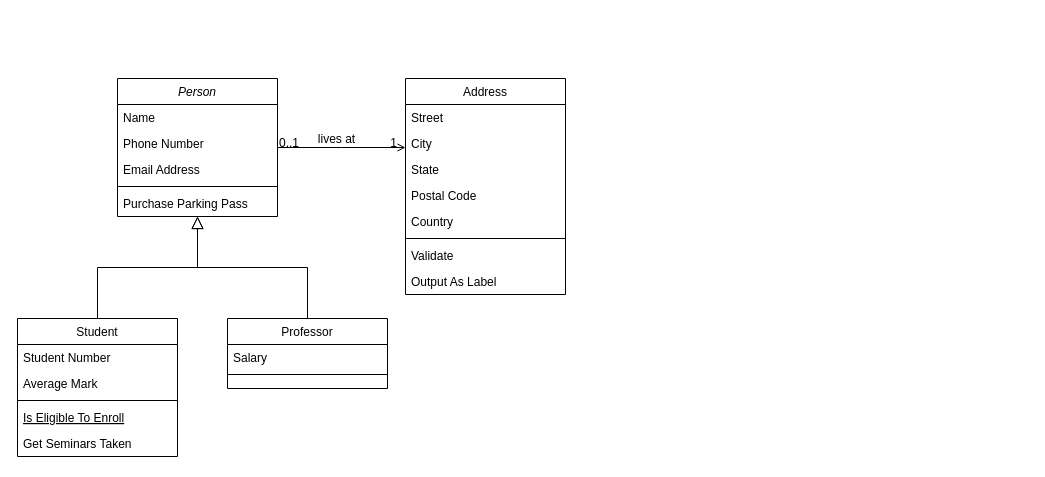
Above: service_package/Untitled Diagram.drawio in ly931003/diagrams (draw.io), before the change. Source tidied: cells renumbered, new cells numbered last; positions are measured from the earlier drawing's top-left corner, leaving out a move shared by most shapes. Both pictures are drawn from the tidied source at 100%, with x=0, y=0 at pixel (17, 78).
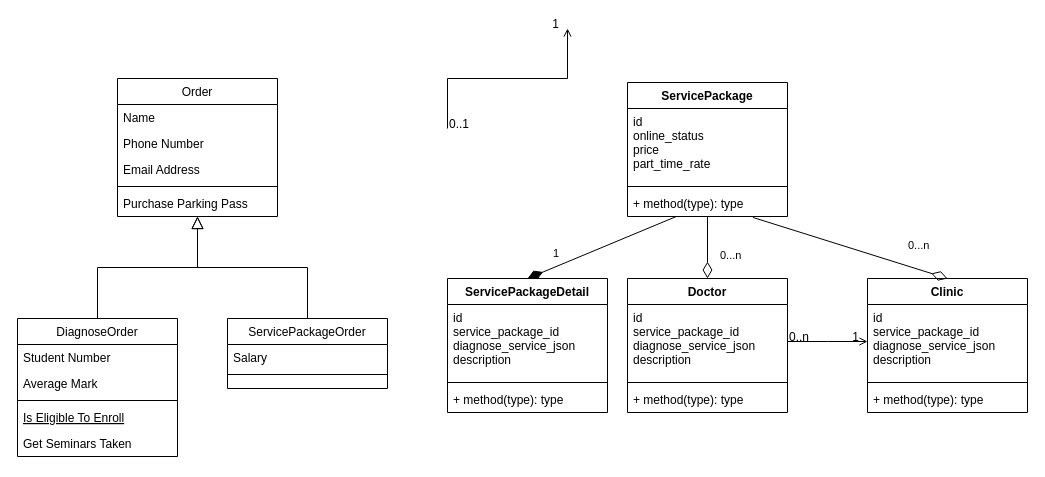
The same diagram, later.

Change to the diagram source:
```diff
@@
-    <mxCell id="2" value="Person" style="swimlane;fontStyle=2;align=center;verticalAlign=top;horizontal=1;startSize=26;rounded=0;shadow=0;strokeWidth=1;" parent="1" vertex="1">
+    <mxCell id="2" value="Order" style="swimlane;fontStyle=0;align=center;verticalAlign=top;horizontal=1;startSize=26;rounded=0;shadow=0;strokeWidth=1;" parent="1" vertex="1">
       <mxGeometry x="100" width="160" height="138" as="geometry" />
     </mxCell>
@@
-    <mxCell id="8" value="Student" style="swimlane;fontStyle=0;align=center;verticalAlign=top;horizontal=1;startSize=26;rounded=0;shadow=0;strokeWidth=1;" parent="1" vertex="1">
+    <mxCell id="8" value="DiagnoseOrder" style="swimlane;fontStyle=0;align=center;verticalAlign=top;horizontal=1;startSize=26;rounded=0;shadow=0;strokeWidth=1;" parent="1" vertex="1">
       <mxGeometry y="240" width="160" height="138" as="geometry" />
     </mxCell>
@@
-    <mxCell id="15" value="Professor" style="swimlane;fontStyle=0;align=center;verticalAlign=top;horizontal=1;startSize=26;rounded=0;shadow=0;strokeWidth=1;" parent="1" vertex="1">
+    <mxCell id="15" value="ServicePackageOrder" style="swimlane;fontStyle=0;align=center;verticalAlign=top;horizontal=1;startSize=26;rounded=0;shadow=0;strokeWidth=1;" parent="1" vertex="1">
       <mxGeometry x="210" y="240" width="160" height="70" as="geometry" />
     </mxCell>
@@
-    <mxCell id="19" value="Address" style="swimlane;fontStyle=0;align=center;verticalAlign=top;horizontal=1;startSize=26;rounded=0;shadow=0;strokeWidth=1;" parent="1" vertex="1">
-      <mxGeometry x="388" width="160" height="216" as="geometry" />
-    </mxCell>
-    <mxCell id="20" value="Street" style="text;align=left;verticalAlign=top;spacingLeft=4;spacingRight=4;overflow=hidden;" parent="19" vertex="1">
-      <mxGeometry y="26" width="160" height="26" as="geometry" />
-    </mxCell>
-    <mxCell id="21" value="City" style="text;align=left;verticalAlign=top;spacingLeft=4;spacingRight=4;overflow=hidden;rounded=0;shadow=0;html=0;" parent="19" vertex="1">
-      <mxGeometry y="52" width="160" height="26" as="geometry" />
-    </mxCell>
-    <mxCell id="22" value="State" style="text;align=left;verticalAlign=top;spacingLeft=4;spacingRight=4;overflow=hidden;rounded=0;shadow=0;html=0;" parent="19" vertex="1">
-      <mxGeometry y="78" width="160" height="26" as="geometry" />
-    </mxCell>
-    <mxCell id="23" value="Postal Code" style="text;align=left;verticalAlign=top;spacingLeft=4;spacingRight=4;overflow=hidden;rounded=0;shadow=0;html=0;" parent="19" vertex="1">
-      <mxGeometry y="104" width="160" height="26" as="geometry" />
-    </mxCell>
-    <mxCell id="24" value="Country" style="text;align=left;verticalAlign=top;spacingLeft=4;spacingRight=4;overflow=hidden;rounded=0;shadow=0;html=0;" parent="19" vertex="1">
-      <mxGeometry y="130" width="160" height="26" as="geometry" />
-    </mxCell>
-    <mxCell id="25" style="line;html=1;strokeWidth=1;align=left;verticalAlign=middle;spacingTop=-1;spacingLeft=3;spacingRight=3;labelPosition=right;" parent="19" vertex="1">
-      <mxGeometry y="156" width="160" height="8" as="geometry" />
-    </mxCell>
-    <mxCell id="26" value="Validate" style="text;align=left;verticalAlign=top;spacingLeft=4;spacingRight=4;overflow=hidden;" parent="19" vertex="1">
-      <mxGeometry y="164" width="160" height="26" as="geometry" />
-    </mxCell>
-    <mxCell id="27" value="Output As Label" style="text;align=left;verticalAlign=top;spacingLeft=4;spacingRight=4;overflow=hidden;" parent="19" vertex="1">
-      <mxGeometry y="190" width="160" height="26" as="geometry" />
-    </mxCell>
-    <mxCell id="28" style="endArrow=open;shadow=0;strokeWidth=1;rounded=0;endFill=1;edgeStyle=elbowEdgeStyle;elbow=vertical;" parent="1" edge="1" source="2" target="19">
-      <mxGeometry x="0.5" y="41" relative="1" as="geometry">
-        <mxPoint x="-40" y="32" as="offset" />
-      </mxGeometry>
-    </mxCell>
+    <mxCell id="32" style="endArrow=open;shadow=0;strokeWidth=1;rounded=0;endFill=1;edgeStyle=elbowEdgeStyle;elbow=vertical;" parent="1" edge="1">
+      <mxGeometry x="0.5" y="41" relative="1" as="geometry">
+        <mxPoint x="430" y="50" as="sourcePoint" />
+        <mxPoint x="550" y="-50" as="targetPoint" />
+        <mxPoint x="-40" y="32" as="offset" />
+      </mxGeometry>
+    </mxCell>
-    <mxCell id="29" value="0..1" style="align=left;verticalAlign=bottom;labelBackgroundColor=none;fontSize=12;" parent="28" vertex="1">
+    <mxCell id="29" value="0..1" style="align=left;verticalAlign=bottom;labelBackgroundColor=none;fontSize=12;" parent="32" vertex="1">
       <mxGeometry x="-1" relative="1" as="geometry">
         <mxPoint y="4" as="offset" />
       </mxGeometry>
     </mxCell>
-    <mxCell id="30" value="1" style="align=right;verticalAlign=bottom;labelBackgroundColor=none;fontSize=12;" parent="28" vertex="1">
-      <mxGeometry x="1" relative="1" as="geometry">
-        <mxPoint x="-7" y="4" as="offset" />
-      </mxGeometry>
-    </mxCell>
-    <mxCell id="31" value="lives at" style="text;html=1;align=center;verticalAlign=middle;labelBackgroundColor=none;rounded=0;shadow=0;strokeWidth=1;fontSize=12;" parent="28" vertex="1">
-      <mxGeometry x="0.5" y="49" relative="1" as="geometry">
-        <mxPoint x="-38" y="40" as="offset" />
-      </mxGeometry>
-    </mxCell>
+    <mxCell id="33" value="1" style="align=right;verticalAlign=bottom;labelBackgroundColor=none;fontSize=12;" parent="32" vertex="1">
+      <mxGeometry x="1" relative="1" as="geometry">
+        <mxPoint x="-7" y="4" as="offset" />
+      </mxGeometry>
+    </mxCell>
+    <mxCell id="34" value="&amp;nbsp;" style="text;html=1;align=center;verticalAlign=middle;labelBackgroundColor=none;rounded=0;shadow=0;strokeWidth=1;fontSize=12;" parent="32" vertex="1">
+      <mxGeometry x="0.5" y="49" relative="1" as="geometry">
+        <mxPoint x="-38" y="40" as="offset" />
+      </mxGeometry>
+    </mxCell>
+    <mxCell id="35" value="ServicePackage" style="swimlane;fontStyle=1;align=center;verticalAlign=top;horizontal=1;startSize=26;" parent="1" vertex="1">
+      <mxGeometry x="610" y="4" width="160" height="134" as="geometry" />
+    </mxCell>
+    <mxCell id="36" value="id&#10;online_status&#10;price&#10;part_time_rate" style="text;strokeColor=none;fillColor=none;align=left;verticalAlign=top;spacingLeft=4;spacingRight=4;overflow=hidden;" parent="35" vertex="1">
+      <mxGeometry y="26" width="160" height="74" as="geometry" />
+    </mxCell>
+    <mxCell id="37" style="line;strokeWidth=1;fillColor=none;align=left;verticalAlign=middle;spacingTop=-1;spacingLeft=3;spacingRight=3;labelPosition=right;" parent="35" vertex="1">
+      <mxGeometry y="100" width="160" height="8" as="geometry" />
+    </mxCell>
+    <mxCell id="38" value="+ method(type): type" style="text;strokeColor=none;fillColor=none;align=left;verticalAlign=top;spacingLeft=4;spacingRight=4;overflow=hidden;points=[[0,0.5],[1,0.5]];portConstraint=eastwest;" parent="35" vertex="1">
+      <mxGeometry y="108" width="160" height="26" as="geometry" />
+    </mxCell>
+    <mxCell id="39" value="1" style="endArrow=none;html=1;endSize=12;startArrow=diamondThin;startSize=14;startFill=1;align=left;verticalAlign=bottom;rounded=0;endFill=0;exitX=0.5;exitY=0;exitDx=0;exitDy=0;" parent="1" edge="1" source="40" target="38">
+      <mxGeometry x="-0.65" y="6" relative="1" as="geometry" />
+    </mxCell>
+    <mxCell id="40" value="ServicePackageDetail" style="swimlane;fontStyle=1;align=center;verticalAlign=top;horizontal=1;startSize=26;" parent="1" vertex="1">
+      <mxGeometry x="430" y="200" width="160" height="134" as="geometry" />
+    </mxCell>
+    <mxCell id="41" value="id&#10;service_package_id&#10;diagnose_service_json&#10;description" style="text;strokeColor=none;fillColor=none;align=left;verticalAlign=top;spacingLeft=4;spacingRight=4;overflow=hidden;" parent="40" vertex="1">
+      <mxGeometry y="26" width="160" height="74" as="geometry" />
+    </mxCell>
+    <mxCell id="42" style="line;strokeWidth=1;fillColor=none;align=left;verticalAlign=middle;spacingTop=-1;spacingLeft=3;spacingRight=3;labelPosition=right;" parent="40" vertex="1">
+      <mxGeometry y="100" width="160" height="8" as="geometry" />
+    </mxCell>
+    <mxCell id="43" value="+ method(type): type" style="text;strokeColor=none;fillColor=none;align=left;verticalAlign=top;spacingLeft=4;spacingRight=4;overflow=hidden;" parent="40" vertex="1">
+      <mxGeometry y="108" width="160" height="26" as="geometry" />
+    </mxCell>
+    <mxCell id="44" value="Doctor" style="swimlane;fontStyle=1;align=center;verticalAlign=top;horizontal=1;startSize=26;" parent="1" vertex="1">
+      <mxGeometry x="610" y="200" width="160" height="134" as="geometry" />
+    </mxCell>
+    <mxCell id="45" value="id&#10;service_package_id&#10;diagnose_service_json&#10;description" style="text;strokeColor=none;fillColor=none;align=left;verticalAlign=top;spacingLeft=4;spacingRight=4;overflow=hidden;points=[[0,0.5],[1,0.5]];portConstraint=eastwest;" parent="44" vertex="1">
+      <mxGeometry y="26" width="160" height="74" as="geometry" />
+    </mxCell>
+    <mxCell id="46" style="line;strokeWidth=1;fillColor=none;align=left;verticalAlign=middle;spacingTop=-1;spacingLeft=3;spacingRight=3;labelPosition=right;" parent="44" vertex="1">
+      <mxGeometry y="100" width="160" height="8" as="geometry" />
+    </mxCell>
+    <mxCell id="47" value="+ method(type): type" style="text;strokeColor=none;fillColor=none;align=left;verticalAlign=top;spacingLeft=4;spacingRight=4;overflow=hidden;" parent="44" vertex="1">
+      <mxGeometry y="108" width="160" height="26" as="geometry" />
+    </mxCell>
+    <mxCell id="48" value="0...n" style="endArrow=none;html=1;endSize=12;startArrow=diamondThin;startSize=14;startFill=0;align=left;verticalAlign=bottom;rounded=0;endFill=0;exitX=0.5;exitY=0;exitDx=0;exitDy=0;" parent="1" edge="1" source="44" target="38">
+      <mxGeometry x="-0.55" y="-11" relative="1" as="geometry" />
+    </mxCell>
+    <mxCell id="49" value="Clinic" style="swimlane;fontStyle=1;align=center;verticalAlign=top;horizontal=1;startSize=26;" parent="1" vertex="1">
+      <mxGeometry x="850" y="200" width="160" height="134" as="geometry" />
+    </mxCell>
+    <mxCell id="50" value="id&#10;service_package_id&#10;diagnose_service_json&#10;description" style="text;strokeColor=none;fillColor=none;align=left;verticalAlign=top;spacingLeft=4;spacingRight=4;overflow=hidden;points=[[0,0.5],[1,0.5]];portConstraint=eastwest;" parent="49" vertex="1">
+      <mxGeometry y="26" width="160" height="74" as="geometry" />
+    </mxCell>
+    <mxCell id="51" style="line;strokeWidth=1;fillColor=none;align=left;verticalAlign=middle;spacingTop=-1;spacingLeft=3;spacingRight=3;labelPosition=right;" parent="49" vertex="1">
+      <mxGeometry y="100" width="160" height="8" as="geometry" />
+    </mxCell>
+    <mxCell id="52" value="+ method(type): type" style="text;strokeColor=none;fillColor=none;align=left;verticalAlign=top;spacingLeft=4;spacingRight=4;overflow=hidden;" parent="49" vertex="1">
+      <mxGeometry y="108" width="160" height="26" as="geometry" />
+    </mxCell>
+    <mxCell id="53" value="0...n" style="endArrow=none;html=1;endSize=12;startArrow=diamondThin;startSize=14;startFill=0;align=left;verticalAlign=bottom;rounded=0;endFill=0;exitX=0.5;exitY=0;exitDx=0;exitDy=0;entryX=0.785;entryY=1.038;entryDx=0;entryDy=0;entryPerimeter=0;" parent="1" edge="1" source="49" target="38">
+      <mxGeometry x="-0.55" y="-11" relative="1" as="geometry" />
+    </mxCell>
+    <mxCell id="54" style="endArrow=open;shadow=0;strokeWidth=1;rounded=0;endFill=1;edgeStyle=elbowEdgeStyle;elbow=vertical;exitX=1;exitY=0.5;exitDx=0;exitDy=0;entryX=0;entryY=0.5;entryDx=0;entryDy=0;" parent="1" edge="1" source="45" target="50">
+      <mxGeometry x="0.5" y="41" relative="1" as="geometry">
+        <mxPoint x="-40" y="32" as="offset" />
+      </mxGeometry>
+    </mxCell>
+    <mxCell id="55" value="0..n" style="align=left;verticalAlign=bottom;labelBackgroundColor=none;fontSize=12;" parent="54" vertex="1">
+      <mxGeometry x="-1" relative="1" as="geometry">
+        <mxPoint y="4" as="offset" />
+      </mxGeometry>
+    </mxCell>
+    <mxCell id="56" value="1" style="align=right;verticalAlign=bottom;labelBackgroundColor=none;fontSize=12;" parent="54" vertex="1">
+      <mxGeometry x="1" relative="1" as="geometry">
+        <mxPoint x="-7" y="4" as="offset" />
+      </mxGeometry>
+    </mxCell>
+    <mxCell id="57" value="&amp;nbsp;" style="text;html=1;align=center;verticalAlign=middle;labelBackgroundColor=none;rounded=0;shadow=0;strokeWidth=1;fontSize=12;" parent="54" vertex="1">
+      <mxGeometry x="0.5" y="49" relative="1" as="geometry">
+        <mxPoint x="-38" y="40" as="offset" />
+      </mxGeometry>
+    </mxCell>
```
